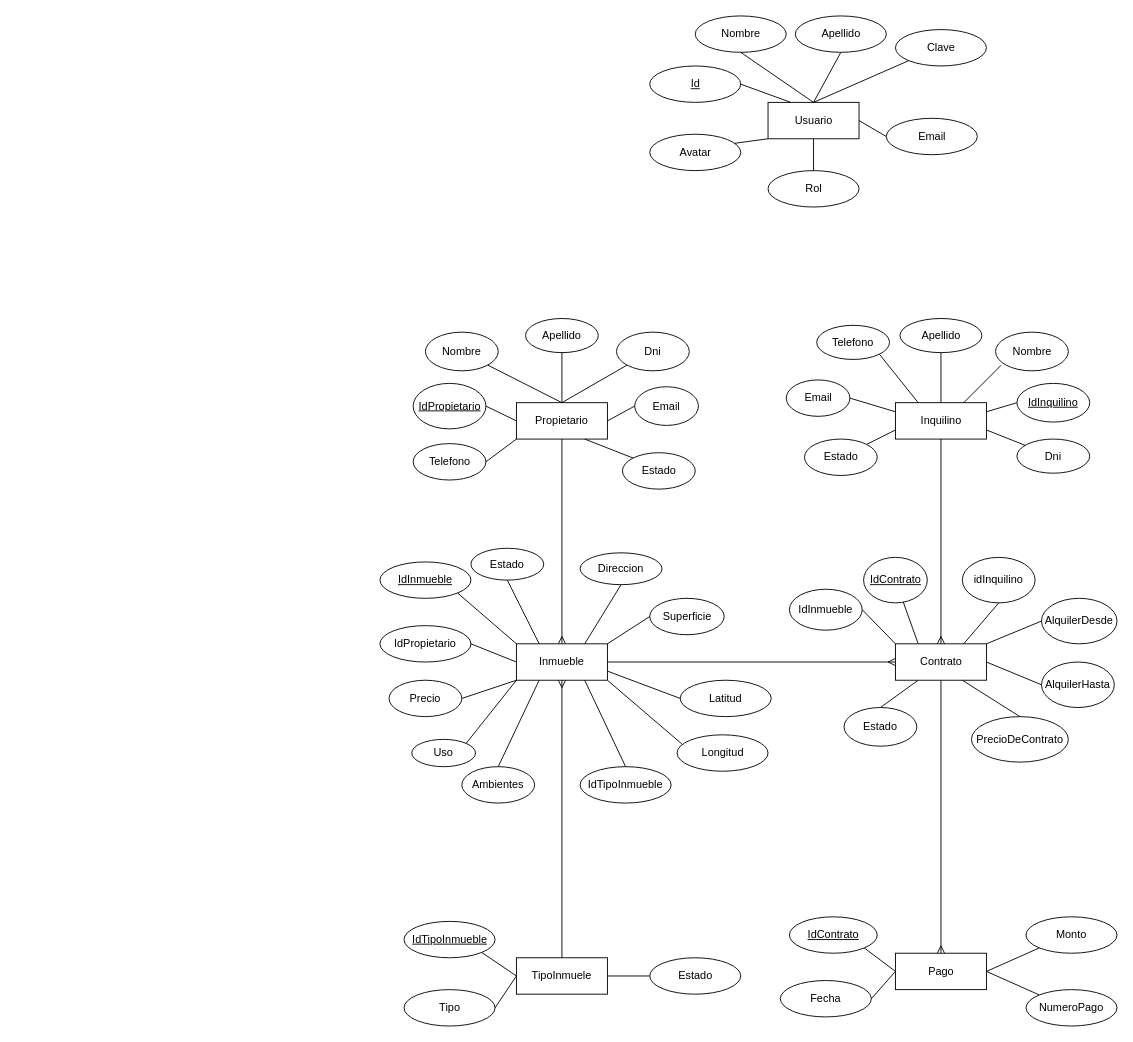
Earlier version of the draw.io diagram DER InmobiliariaBaigorriaDiaz.drawio (EzequielDiaz777/inmobiliariaBaigorriaDiaz). Source tidied: cells renumbered, new cells numbered last; positions are measured from the earlier drawing's top-left corner, leaving out a move shared by most shapes. Both pictures are drawn from the tidied source at 91%, with x=0, y=0 at pixel (379, 15).
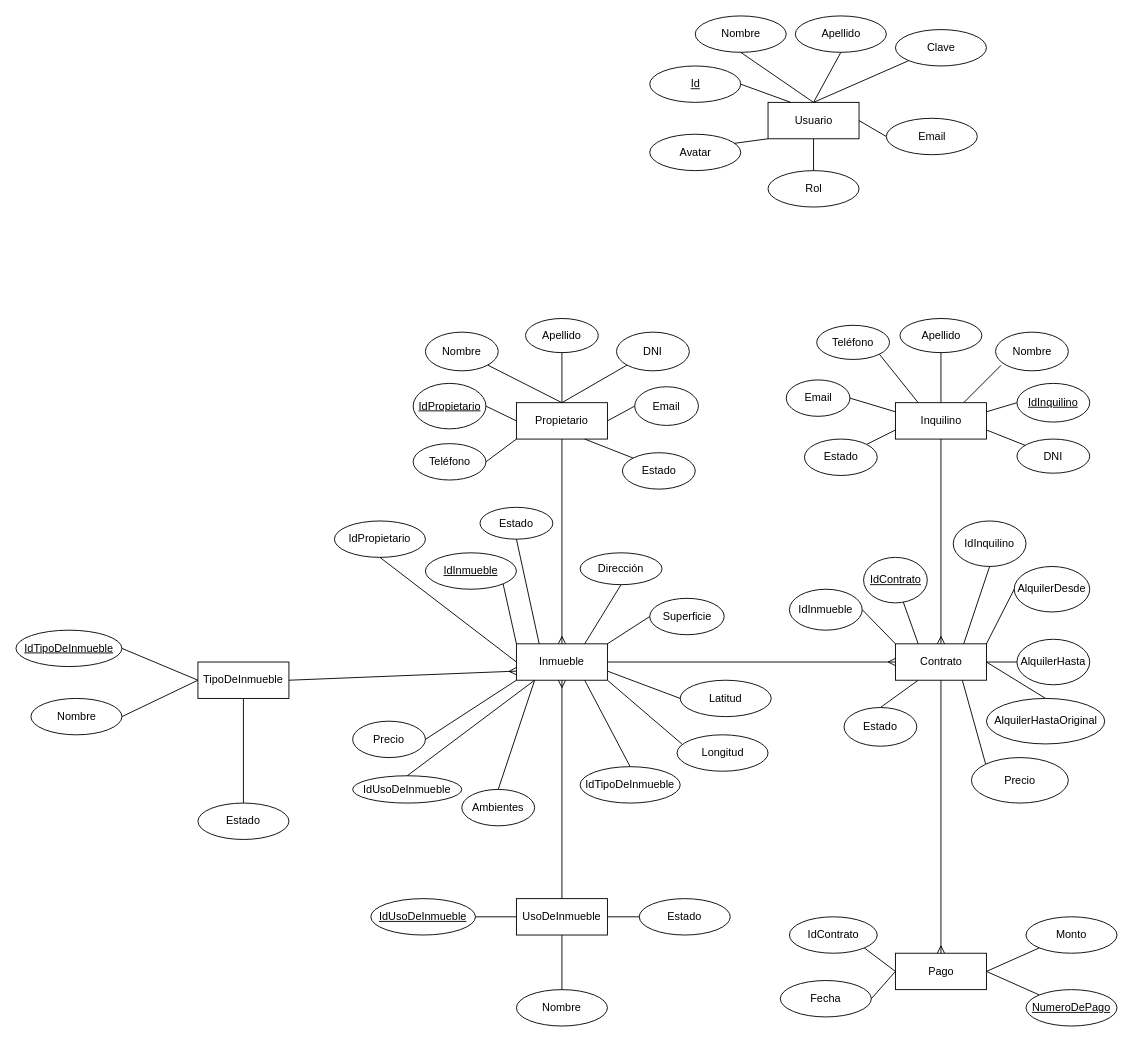
The same page after the edit.

The change refers to these unchanged cells:
```xml
<mxCell id="25" value="Inmueble" style="whiteSpace=wrap;html=1;align=center;" parent="1" vertex="1">
  <mxGeometry x="150" y="690" width="100" height="40" as="geometry" />
</mxCell>
<mxCell id="50" value="Contrato" style="whiteSpace=wrap;html=1;align=center;" parent="1" vertex="1">
  <mxGeometry x="566.5" y="690" width="100" height="40" as="geometry" />
</mxCell>
```

Change to the diagram source:
```diff
@@
-    <mxCell id="6" value="Telefono" style="ellipse;whiteSpace=wrap;html=1;align=center;fontStyle=0;" parent="1" vertex="1">
+    <mxCell id="6" value="Teléfono" style="ellipse;whiteSpace=wrap;html=1;align=center;fontStyle=0;" parent="1" vertex="1">
       <mxGeometry x="36.5" y="470" width="80" height="40" as="geometry" />
     </mxCell>
-    <mxCell id="7" value="Dni" style="ellipse;whiteSpace=wrap;html=1;align=center;fontStyle=0;" parent="1" vertex="1">
+    <mxCell id="7" value="DNI" style="ellipse;whiteSpace=wrap;html=1;align=center;fontStyle=0;" parent="1" vertex="1">
       <mxGeometry x="260" y="347.5" width="80" height="42.5" as="geometry" />
     </mxCell>
@@
-    <mxCell id="17" value="Telefono" style="ellipse;whiteSpace=wrap;html=1;align=center;fontStyle=0;" parent="1" vertex="1">
+    <mxCell id="17" value="Teléfono" style="ellipse;whiteSpace=wrap;html=1;align=center;fontStyle=0;" parent="1" vertex="1">
       <mxGeometry x="480" y="340" width="80" height="37.5" as="geometry" />
     </mxCell>
-    <mxCell id="18" value="Dni" style="ellipse;whiteSpace=wrap;html=1;align=center;fontStyle=0;" parent="1" vertex="1">
+    <mxCell id="18" value="DNI" style="ellipse;whiteSpace=wrap;html=1;align=center;fontStyle=0;" parent="1" vertex="1">
       <mxGeometry x="700" y="465" width="80" height="37.5" as="geometry" />
     </mxCell>
@@
     <mxCell id="26" value="IdPropietario" style="ellipse;whiteSpace=wrap;html=1;align=center;" parent="1" vertex="1">
-      <mxGeometry y="670" width="100" height="40" as="geometry" />
+      <mxGeometry x="-50" y="555" width="100" height="40" as="geometry" />
     </mxCell>
     <mxCell id="27" value="IdInmueble" style="ellipse;whiteSpace=wrap;html=1;align=center;fontStyle=4;" parent="1" vertex="1">
-      <mxGeometry y="600" width="100" height="40" as="geometry" />
+      <mxGeometry x="50" y="590" width="100" height="40" as="geometry" />
     </mxCell>
     <mxCell id="28" value="Precio" style="ellipse;whiteSpace=wrap;html=1;align=center;" parent="1" vertex="1">
-      <mxGeometry x="10" y="730" width="80" height="40" as="geometry" />
+      <mxGeometry x="-30" y="775" width="80" height="40" as="geometry" />
     </mxCell>
-    <mxCell id="29" value="Uso" style="ellipse;whiteSpace=wrap;html=1;align=center;" parent="1" vertex="1">
-      <mxGeometry x="35" y="795" width="70" height="30" as="geometry" />
+    <mxCell id="29" value="IdUsoDeInmueble" style="ellipse;whiteSpace=wrap;html=1;align=center;" parent="1" vertex="1">
+      <mxGeometry x="-30" y="835" width="120" height="30" as="geometry" />
     </mxCell>
-    <mxCell id="30" value="IdTipoInmueble" style="ellipse;whiteSpace=wrap;html=1;align=center;" parent="1" vertex="1">
-      <mxGeometry x="220" y="825" width="100" height="40" as="geometry" />
+    <mxCell id="30" value="IdTipoDeInmueble" style="ellipse;whiteSpace=wrap;html=1;align=center;" parent="1" vertex="1">
+      <mxGeometry x="220" y="825" width="110" height="40" as="geometry" />
     </mxCell>
     <mxCell id="31" value="Ambientes" style="ellipse;whiteSpace=wrap;html=1;align=center;" parent="1" vertex="1">
-      <mxGeometry x="90" y="825" width="80" height="40" as="geometry" />
+      <mxGeometry x="90" y="850" width="80" height="40" as="geometry" />
     </mxCell>
@@
-    <mxCell id="33" value="Direccion" style="ellipse;whiteSpace=wrap;html=1;align=center;" parent="1" vertex="1">
+    <mxCell id="33" value="Dirección" style="ellipse;whiteSpace=wrap;html=1;align=center;" parent="1" vertex="1">
       <mxGeometry x="220" y="590" width="90" height="35" as="geometry" />
     </mxCell>
@@
     <mxCell id="35" value="Estado" style="ellipse;whiteSpace=wrap;html=1;align=center;" parent="1" vertex="1">
-      <mxGeometry x="100" y="585" width="80" height="35" as="geometry" />
+      <mxGeometry x="110" y="540" width="80" height="35" as="geometry" />
     </mxCell>
@@
-    <mxCell id="40" style="endArrow=none;html=1;rounded=0;exitX=0.5;exitY=0;exitDx=0;exitDy=0;entryX=0.25;entryY=1;entryDx=0;entryDy=0;" parent="1" edge="1" source="31" target="25">
+    <mxCell id="40" style="endArrow=none;html=1;rounded=0;exitX=0.5;exitY=0;exitDx=0;exitDy=0;entryX=0.2;entryY=1;entryDx=0;entryDy=0;entryPerimeter=0;" parent="1" edge="1" source="31" target="25">
       <mxGeometry relative="1" as="geometry" />
     </mxCell>
-    <mxCell id="41" style="endArrow=none;html=1;rounded=0;exitX=1;exitY=0;exitDx=0;exitDy=0;" parent="1" edge="1" source="29">
-      <mxGeometry relative="1" as="geometry">
-        <mxPoint x="150" y="730" as="targetPoint" />
-      </mxGeometry>
+    <mxCell id="41" style="endArrow=none;html=1;rounded=0;exitX=0.5;exitY=0;exitDx=0;exitDy=0;entryX=0.2;entryY=1;entryDx=0;entryDy=0;entryPerimeter=0;" parent="1" edge="1" source="29" target="25">
+      <mxGeometry relative="1" as="geometry" />
     </mxCell>
@@
-    <mxCell id="43" style="endArrow=none;html=1;rounded=0;exitX=0;exitY=0.5;exitDx=0;exitDy=0;entryX=1;entryY=0.5;entryDx=0;entryDy=0;" parent="1" edge="1" source="25" target="26">
+    <mxCell id="43" style="endArrow=none;html=1;rounded=0;exitX=0;exitY=0.5;exitDx=0;exitDy=0;entryX=0.5;entryY=1;entryDx=0;entryDy=0;" parent="1" edge="1" source="25" target="26">
       <mxGeometry relative="1" as="geometry" />
     </mxCell>
@@
-    <mxCell id="51" value="idInquilino" style="ellipse;whiteSpace=wrap;html=1;align=center;fontStyle=0;" parent="1" vertex="1">
-      <mxGeometry x="640" y="595" width="80" height="50" as="geometry" />
+    <mxCell id="51" value="IdInquilino" style="ellipse;whiteSpace=wrap;html=1;align=center;fontStyle=0;" parent="1" vertex="1">
+      <mxGeometry x="630" y="555" width="80" height="50" as="geometry" />
     </mxCell>
     <mxCell id="52" value="AlquilerDesde" style="ellipse;whiteSpace=wrap;html=1;align=center;fontStyle=0;" parent="1" vertex="1">
-      <mxGeometry x="727" y="640" width="83" height="50" as="geometry" />
+      <mxGeometry x="697" y="605" width="83" height="50" as="geometry" />
     </mxCell>
@@
     <mxCell id="60" value="AlquilerHasta" style="ellipse;whiteSpace=wrap;html=1;align=center;fontStyle=0;" parent="1" vertex="1">
-      <mxGeometry x="727" y="710" width="80" height="50" as="geometry" />
+      <mxGeometry x="700" y="685" width="80" height="50" as="geometry" />
     </mxCell>
@@
-    <mxCell id="65" value="&lt;u&gt;IdContrato&lt;/u&gt;" style="ellipse;whiteSpace=wrap;html=1;align=center;fontStyle=0;" parent="1" vertex="1">
+    <mxCell id="65" value="IdContrato" style="ellipse;whiteSpace=wrap;html=1;align=center;fontStyle=0;" parent="1" vertex="1">
       <mxGeometry x="450" y="990" width="96.5" height="40" as="geometry" />
     </mxCell>
@@
-    <mxCell id="70" value="NumeroPago" style="ellipse;whiteSpace=wrap;html=1;align=center;fontStyle=0;" parent="1" vertex="1">
+    <mxCell id="70" value="&lt;u&gt;NumeroDePago&lt;/u&gt;" style="ellipse;whiteSpace=wrap;html=1;align=center;fontStyle=0;" parent="1" vertex="1">
       <mxGeometry x="710" y="1070" width="100" height="40" as="geometry" />
     </mxCell>
@@
-    <mxCell id="88" style="endArrow=none;html=1;rounded=0;exitX=1;exitY=0.5;exitDx=0;exitDy=0;entryX=0.5;entryY=0;entryDx=0;entryDy=0;" parent="1" edge="1" target="89">
+    <mxCell id="88" style="endArrow=none;html=1;rounded=0;exitX=1;exitY=0.5;exitDx=0;exitDy=0;entryX=0;entryY=0;entryDx=0;entryDy=0;" parent="1" edge="1" target="89">
       <mxGeometry relative="1" as="geometry">
         <mxPoint x="640" y="730" as="sourcePoint" />
       </mxGeometry>
     </mxCell>
-    <mxCell id="89" value="PrecioDeContrato" style="ellipse;whiteSpace=wrap;html=1;align=center;fontStyle=0;" parent="1" vertex="1">
-      <mxGeometry x="650" y="770" width="106.5" height="50" as="geometry" />
+    <mxCell id="89" value="Precio" style="ellipse;whiteSpace=wrap;html=1;align=center;fontStyle=0;" parent="1" vertex="1">
+      <mxGeometry x="650" y="815" width="106.5" height="50" as="geometry" />
     </mxCell>
@@
-    <mxCell id="96" value="TipoInmuele" style="whiteSpace=wrap;html=1;align=center;" parent="1" vertex="1">
-      <mxGeometry x="150" y="1035" width="100" height="40" as="geometry" />
+    <mxCell id="96" value="TipoDeInmueble" style="whiteSpace=wrap;html=1;align=center;" parent="1" vertex="1">
+      <mxGeometry x="-200" y="710" width="100" height="40" as="geometry" />
     </mxCell>
-    <mxCell id="97" value="Tipo" style="ellipse;whiteSpace=wrap;html=1;align=center;fontStyle=0;" parent="1" vertex="1">
-      <mxGeometry x="26.5" y="1070" width="100" height="40" as="geometry" />
+    <mxCell id="97" value="Nombre" style="ellipse;whiteSpace=wrap;html=1;align=center;fontStyle=0;" parent="1" vertex="1">
+      <mxGeometry x="-383.5" y="750" width="100" height="40" as="geometry" />
     </mxCell>
-    <mxCell id="98" value="&lt;u&gt;IdTipoInmueble&lt;/u&gt;" style="ellipse;whiteSpace=wrap;html=1;align=center;fontStyle=0;" parent="1" vertex="1">
-      <mxGeometry x="26.5" y="995" width="100" height="40" as="geometry" />
+    <mxCell id="98" value="&lt;u&gt;IdTipoDeInmueble&lt;/u&gt;" style="ellipse;whiteSpace=wrap;html=1;align=center;fontStyle=0;" parent="1" vertex="1">
+      <mxGeometry x="-400" y="675" width="116.5" height="40" as="geometry" />
     </mxCell>
     <mxCell id="99" value="Estado" style="ellipse;whiteSpace=wrap;html=1;align=center;fontStyle=0;" parent="1" vertex="1">
-      <mxGeometry x="296.5" y="1035" width="100" height="40" as="geometry" />
+      <mxGeometry x="-200" y="865" width="100" height="40" as="geometry" />
     </mxCell>
@@
-    <mxCell id="101" style="endArrow=none;html=1;rounded=0;exitX=0;exitY=0.5;exitDx=0;exitDy=0;entryX=1;entryY=1;entryDx=0;entryDy=0;" parent="1" edge="1" source="96" target="98">
+    <mxCell id="101" style="endArrow=none;html=1;rounded=0;exitX=0;exitY=0.5;exitDx=0;exitDy=0;entryX=1;entryY=0.5;entryDx=0;entryDy=0;" parent="1" edge="1" source="96" target="98">
       <mxGeometry relative="1" as="geometry" />
     </mxCell>
-    <mxCell id="102" style="endArrow=none;html=1;rounded=0;exitX=1;exitY=0.5;exitDx=0;exitDy=0;entryX=0;entryY=0.5;entryDx=0;entryDy=0;" parent="1" edge="1" source="96" target="99">
+    <mxCell id="102" style="endArrow=none;html=1;rounded=0;exitX=0.5;exitY=1;exitDx=0;exitDy=0;entryX=0.5;entryY=0;entryDx=0;entryDy=0;" parent="1" edge="1" source="96" target="99">
       <mxGeometry relative="1" as="geometry" />
     </mxCell>
-    <mxCell id="103" style="edgeStyle=none;html=1;endArrow=ERmany;endFill=0;entryX=0.5;entryY=1;entryDx=0;entryDy=0;exitX=0.5;exitY=0;exitDx=0;exitDy=0;" parent="1" edge="1" source="96" target="25">
+    <mxCell id="103" style="edgeStyle=none;html=1;endArrow=ERmany;endFill=0;entryX=0;entryY=0.75;entryDx=0;entryDy=0;exitX=1;exitY=0.5;exitDx=0;exitDy=0;" parent="1" edge="1" source="96" target="25">
       <mxGeometry relative="1" as="geometry" />
     </mxCell>
@@
+    <mxCell id="106" value="UsoDeInmueb&lt;span style=&quot;background-color: initial;&quot;&gt;le&lt;/span&gt;" style="whiteSpace=wrap;html=1;align=center;" parent="1" vertex="1">
+      <mxGeometry x="150" y="970" width="100" height="40" as="geometry" />
+    </mxCell>
+    <mxCell id="107" value="Nombre" style="ellipse;whiteSpace=wrap;html=1;align=center;fontStyle=0;" parent="1" vertex="1">
+      <mxGeometry x="150" y="1070" width="100" height="40" as="geometry" />
+    </mxCell>
+    <mxCell id="108" value="&lt;u&gt;IdUsoDeInmueble&lt;/u&gt;" style="ellipse;whiteSpace=wrap;html=1;align=center;fontStyle=0;" parent="1" vertex="1">
+      <mxGeometry x="-10" y="970" width="115" height="40" as="geometry" />
+    </mxCell>
+    <mxCell id="109" value="Estado" style="ellipse;whiteSpace=wrap;html=1;align=center;fontStyle=0;" parent="1" vertex="1">
+      <mxGeometry x="285" y="970" width="100" height="40" as="geometry" />
+    </mxCell>
+    <mxCell id="110" style="endArrow=none;html=1;rounded=0;entryX=0.5;entryY=0;entryDx=0;entryDy=0;exitX=0.5;exitY=1;exitDx=0;exitDy=0;" parent="1" edge="1" source="106" target="107">
+      <mxGeometry relative="1" as="geometry" />
+    </mxCell>
+    <mxCell id="111" style="endArrow=none;html=1;rounded=0;exitX=0;exitY=0.5;exitDx=0;exitDy=0;entryX=1;entryY=0.5;entryDx=0;entryDy=0;" parent="1" edge="1" source="106" target="108">
+      <mxGeometry relative="1" as="geometry" />
+    </mxCell>
+    <mxCell id="112" style="endArrow=none;html=1;rounded=0;exitX=1;exitY=0.5;exitDx=0;exitDy=0;entryX=0;entryY=0.5;entryDx=0;entryDy=0;" parent="1" edge="1" source="106" target="109">
+      <mxGeometry relative="1" as="geometry" />
+    </mxCell>
+    <mxCell id="113" style="edgeStyle=none;html=1;endArrow=ERmany;endFill=0;entryX=0.5;entryY=1;entryDx=0;entryDy=0;exitX=0.5;exitY=0;exitDx=0;exitDy=0;" parent="1" edge="1" source="106" target="25">
+      <mxGeometry relative="1" as="geometry" />
+    </mxCell>
+    <mxCell id="114" style="endArrow=none;html=1;rounded=0;exitX=1;exitY=0.5;exitDx=0;exitDy=0;entryX=0.5;entryY=0;entryDx=0;entryDy=0;" parent="1" edge="1" source="50" target="115">
+      <mxGeometry relative="1" as="geometry" />
+    </mxCell>
+    <mxCell id="115" value="AlquilerHastaOriginal" style="ellipse;whiteSpace=wrap;html=1;align=center;fontStyle=0;" parent="1" vertex="1">
+      <mxGeometry x="666.5" y="750" width="130" height="50" as="geometry" />
+    </mxCell>
```
